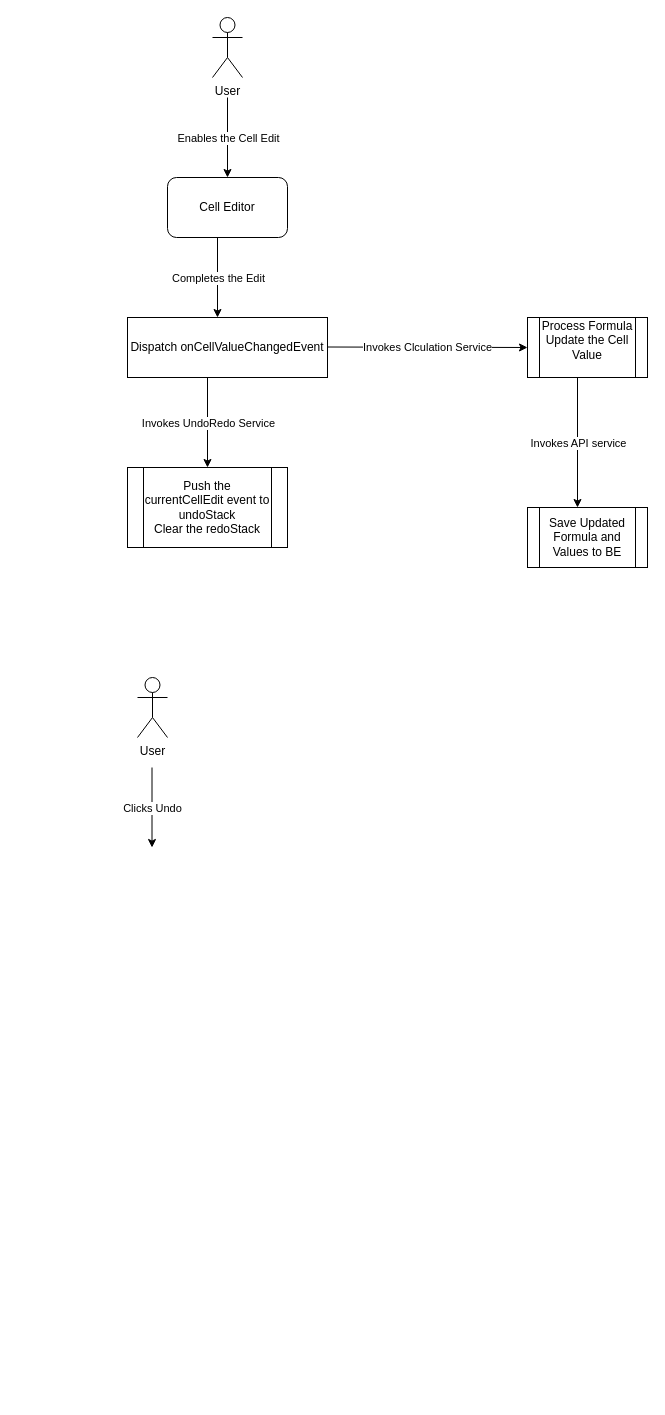
The draw.io diagram Untitled Diagram.drawio in chitraflorid/123-Essential-JavaScript-Interview-Questions, before the edit. Source tidied: cells renumbered, new cells numbered last; positions are measured from the earlier drawing's top-left corner, leaving out a move shared by most shapes. Both pictures are drawn from the tidied source at 100%, with x=0, y=0 at pixel (127, 17).
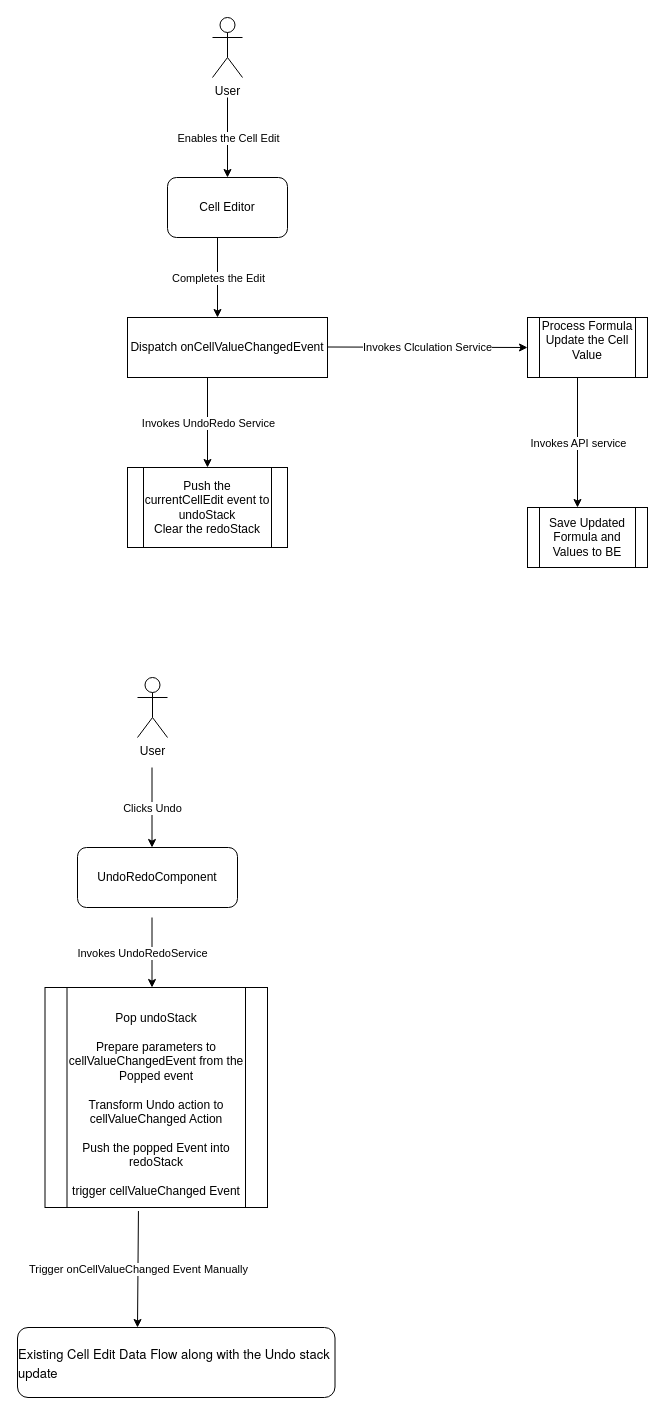
The same diagram, later.

Diff of the diagram source:
```diff
@@
+    <mxCell id="21" value="UndoRedoComponent" style="rounded=1;whiteSpace=wrap;html=1;" parent="1" vertex="1">
+      <mxGeometry x="-50" y="830" width="160" height="60" as="geometry" />
+    </mxCell>
+    <mxCell id="22" style="endArrow=classic;html=1;rounded=0;" parent="1" edge="1">
+      <mxGeometry relative="1" as="geometry">
+        <mxPoint x="24.5" y="900" as="sourcePoint" />
+        <mxPoint x="24.5" y="970" as="targetPoint" />
+      </mxGeometry>
+    </mxCell>
+    <mxCell id="23" value="Invokes UndoRedoService" style="edgeLabel;html=1;align=center;verticalAlign=middle;" parent="22" vertex="1">
+      <mxGeometry relative="1" as="geometry">
+        <mxPoint x="-10" as="offset" />
+      </mxGeometry>
+    </mxCell>
+    <mxCell id="24" value="&lt;div&gt;&lt;br&gt;&lt;/div&gt;&lt;div&gt;&lt;br&gt;&lt;/div&gt;&lt;div&gt;&lt;br&gt;&lt;/div&gt;Pop undoStack&lt;div&gt;&lt;br&gt;&lt;/div&gt;&lt;div&gt;Prepare parameters to cellValueChangedEvent from the Popped event&lt;/div&gt;&lt;div&gt;&lt;br&gt;&lt;div&gt;Transform Undo action to cellValueChanged Action&lt;/div&gt;&lt;div&gt;&lt;br&gt;&lt;/div&gt;&lt;div&gt;Push the popped Event into redoStack&lt;br&gt;&lt;br&gt;trigger cellValueChanged Event&lt;br&gt;&lt;br&gt;&lt;br&gt;&lt;/div&gt;&lt;/div&gt;" style="shape=process;whiteSpace=wrap;html=1;backgroundOutline=1;" parent="1" vertex="1">
+      <mxGeometry x="-82.5" y="970" width="222.5" height="220" as="geometry" />
+    </mxCell>
+    <mxCell id="25" style="endArrow=classic;html=1;rounded=0;exitX=0.42;exitY=1.016;exitDx=0;exitDy=0;exitPerimeter=0;" parent="1" edge="1" source="24">
+      <mxGeometry relative="1" as="geometry">
+        <mxPoint x="10" y="1310" as="targetPoint" />
+      </mxGeometry>
+    </mxCell>
+    <mxCell id="26" value="Trigger onCellValueChanged Event Manually" style="edgeLabel;html=1;align=center;verticalAlign=middle;" parent="25" vertex="1">
+      <mxGeometry relative="1" as="geometry" />
+    </mxCell>
+    <mxCell id="27" value="&lt;p style=&quot;margin: 0px; font-variant-numeric: normal; font-variant-east-asian: normal; font-variant-alternates: normal; font-size-adjust: none; font-kerning: auto; font-optical-sizing: auto; font-feature-settings: normal; font-variation-settings: normal; font-variant-position: normal; font-stretch: normal; font-size: 13px; line-height: normal; font-family: &amp;quot;Helvetica Neue&amp;quot;; text-align: start;&quot; class=&quot;p1&quot;&gt;Existing Cell Edit Data Flow along with the Undo stack update&lt;/p&gt;" style="rounded=1;whiteSpace=wrap;html=1;" parent="1" vertex="1">
+      <mxGeometry x="-110" y="1310" width="317.5" height="70" as="geometry" />
+    </mxCell>
```
